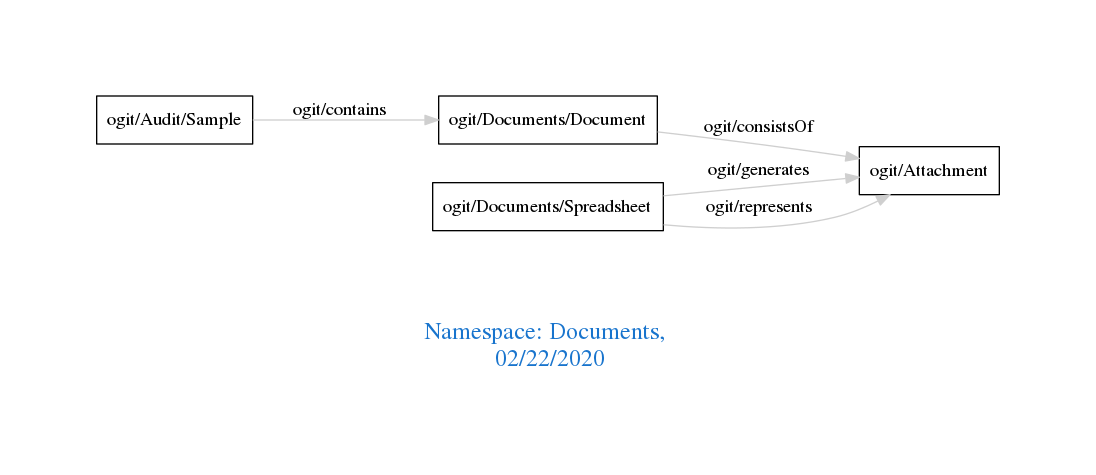
The Graphviz diagram downloads/Documents.png in arago/OGIT, before a commit. Its source is kept beside it as downloads/Documents.dot.
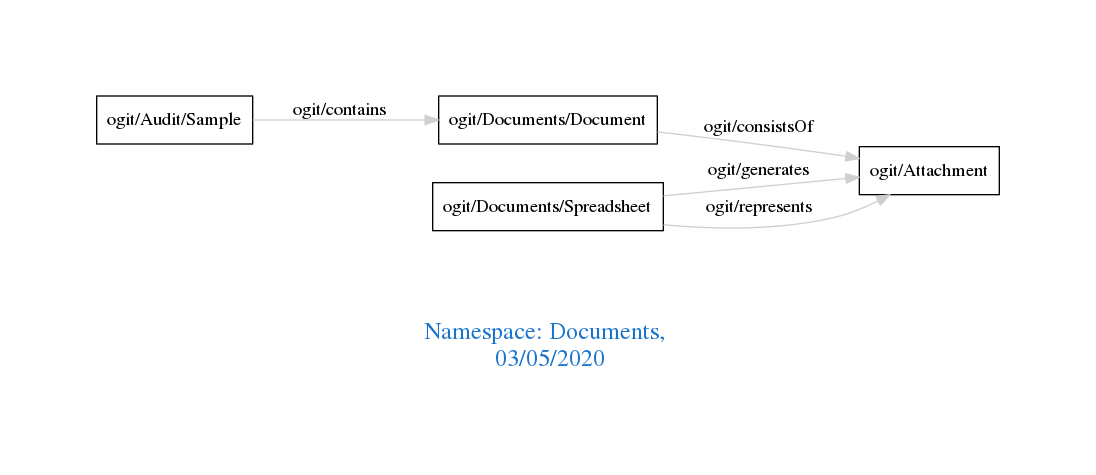
After the change.

What changed in the source:
```diff
@@ -1,7 +1,7 @@
 digraph OGIT_ontology {
  graph [ rankdir= LR,pad=1
 fontsize = 18,
-fontcolor= dodgerblue3,label = "\n\n\nNamespace: Documents, \n 02/22/2020"];
+fontcolor= dodgerblue3,label = "\n\n\nNamespace: Documents, \n 03/05/2020"];
 node[shape=polygon];
 edge [  color="gray81"];
 
```
